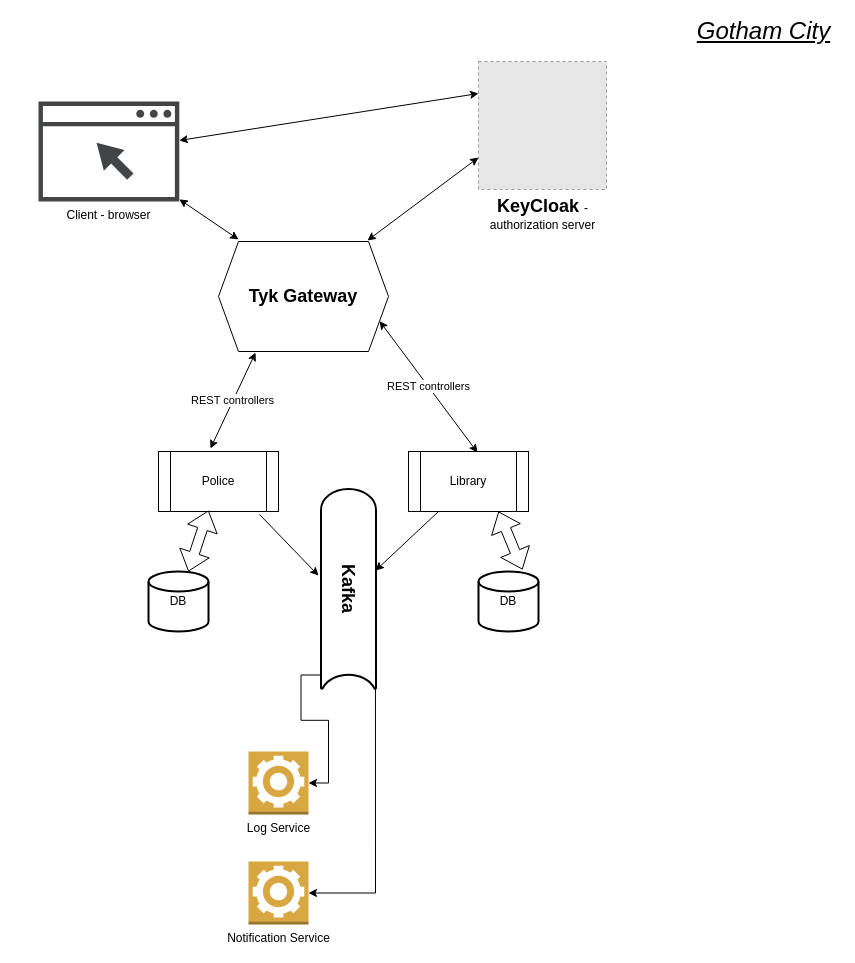
Before: Untitled Diagram.drawio in iosinsky/url_shortener, a draw.io diagram. Source tidied: cells renumbered, new cells numbered last; positions are measured from the earlier drawing's top-left corner, leaving out a move shared by most shapes. Both pictures are drawn from the tidied source at 100%, with x=0, y=0 at pixel (38, 21). Pictures stored in the file or linked from it are replaced by grey dashed boxes.
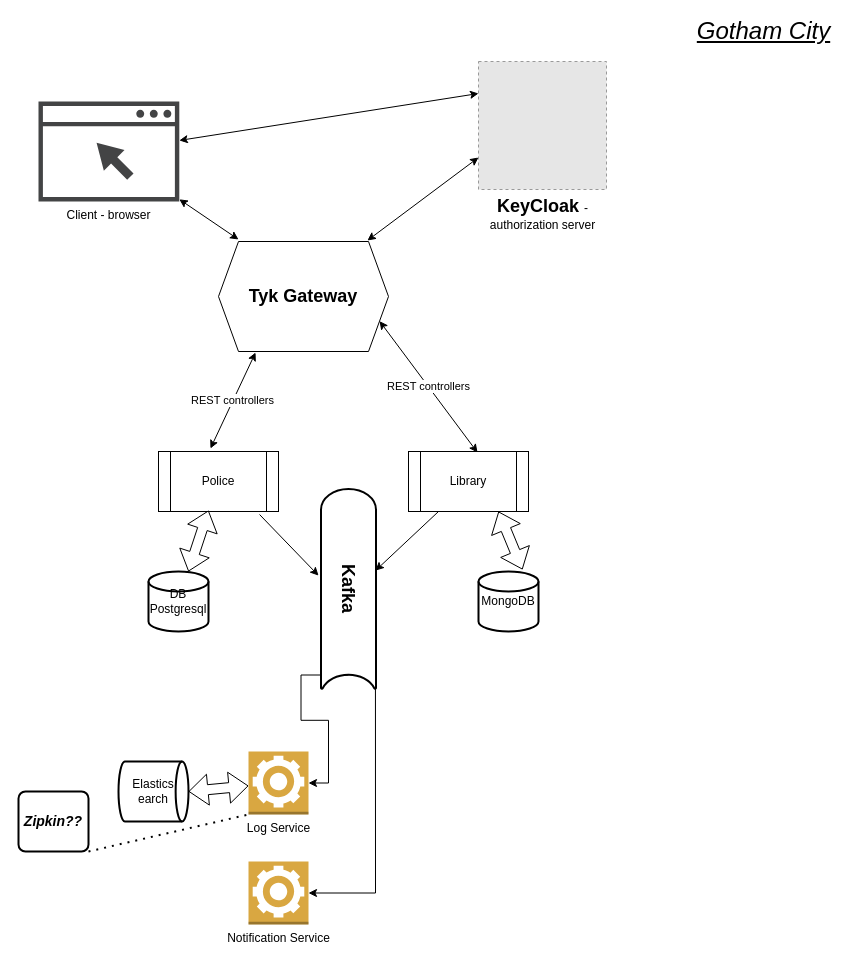
Above is the later version.

Unchanged cells that the change refers to:
```xml
<mxCell id="20" value="Log Service&lt;br&gt;" style="outlineConnect=0;dashed=0;verticalLabelPosition=bottom;verticalAlign=top;align=center;html=1;shape=mxgraph.aws3.worker;fillColor=#D9A741;gradientColor=none;" parent="1" vertex="1">
  <mxGeometry x="210" y="730" width="60" height="63" as="geometry" />
</mxCell>
```

Change to the diagram source:
```diff
@@
-    <mxCell id="12" value="DB" style="strokeWidth=2;html=1;shape=mxgraph.flowchart.database;whiteSpace=wrap;" parent="1" vertex="1">
+    <mxCell id="12" value="DB Postgresql" style="strokeWidth=2;html=1;shape=mxgraph.flowchart.database;whiteSpace=wrap;" parent="1" vertex="1">
       <mxGeometry x="110" y="550" width="60" height="60" as="geometry" />
     </mxCell>
-    <mxCell id="13" value="DB" style="strokeWidth=2;html=1;shape=mxgraph.flowchart.database;whiteSpace=wrap;" parent="1" vertex="1">
+    <mxCell id="13" value="MongoDB" style="strokeWidth=2;html=1;shape=mxgraph.flowchart.database;whiteSpace=wrap;" parent="1" vertex="1">
       <mxGeometry x="440" y="550" width="60" height="60" as="geometry" />
     </mxCell>
@@
+    <mxCell id="24" value="Elastics&lt;br&gt;earch" style="strokeWidth=2;html=1;shape=mxgraph.flowchart.direct_data;whiteSpace=wrap;" parent="1" vertex="1">
+      <mxGeometry x="80" y="740" width="70" height="60" as="geometry" />
+    </mxCell>
+    <mxCell id="25" style="shape=flexArrow;endArrow=classic;startArrow=classic;html=1;exitX=1;exitY=0.5;exitDx=0;exitDy=0;exitPerimeter=0;" parent="1" edge="1" source="24" target="20">
+      <mxGeometry relative="1" as="geometry" />
+    </mxCell>
+    <mxCell id="26" value="&lt;b&gt;&lt;i&gt;&lt;font style=&quot;font-size: 14px&quot;&gt;Zipkin??&lt;/font&gt;&lt;/i&gt;&lt;/b&gt;" style="rounded=1;whiteSpace=wrap;html=1;absoluteArcSize=1;arcSize=14;strokeWidth=2;" parent="1" vertex="1">
+      <mxGeometry x="-20" y="770" width="70" height="60" as="geometry" />
+    </mxCell>
+    <mxCell id="27" style="endArrow=none;dashed=1;html=1;dashPattern=1 3;strokeWidth=2;exitX=1;exitY=1;exitDx=0;exitDy=0;entryX=0;entryY=1;entryDx=0;entryDy=0;entryPerimeter=0;" parent="1" edge="1" source="26" target="20">
+      <mxGeometry relative="1" as="geometry" />
+    </mxCell>
```
